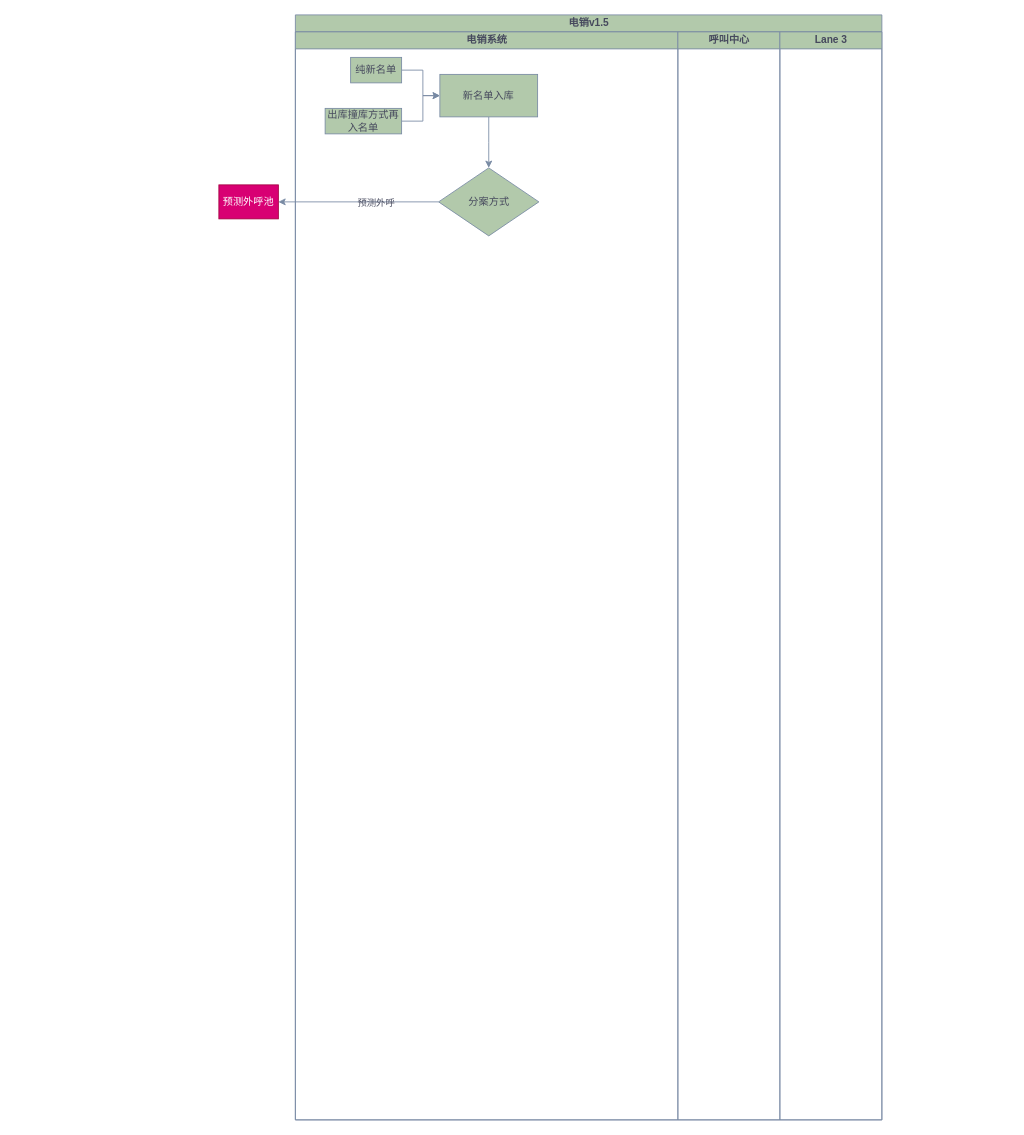
Before: 电销v1.5泳道图.drawio in yuanlj-tea/picgo, a draw.io diagram. Source tidied: cells renumbered, new cells numbered last; positions are measured from the earlier drawing's top-left corner, leaving out a move shared by most shapes. Both pictures are drawn from the tidied source at 85%, with x=0, y=0 at pixel (218, 14).
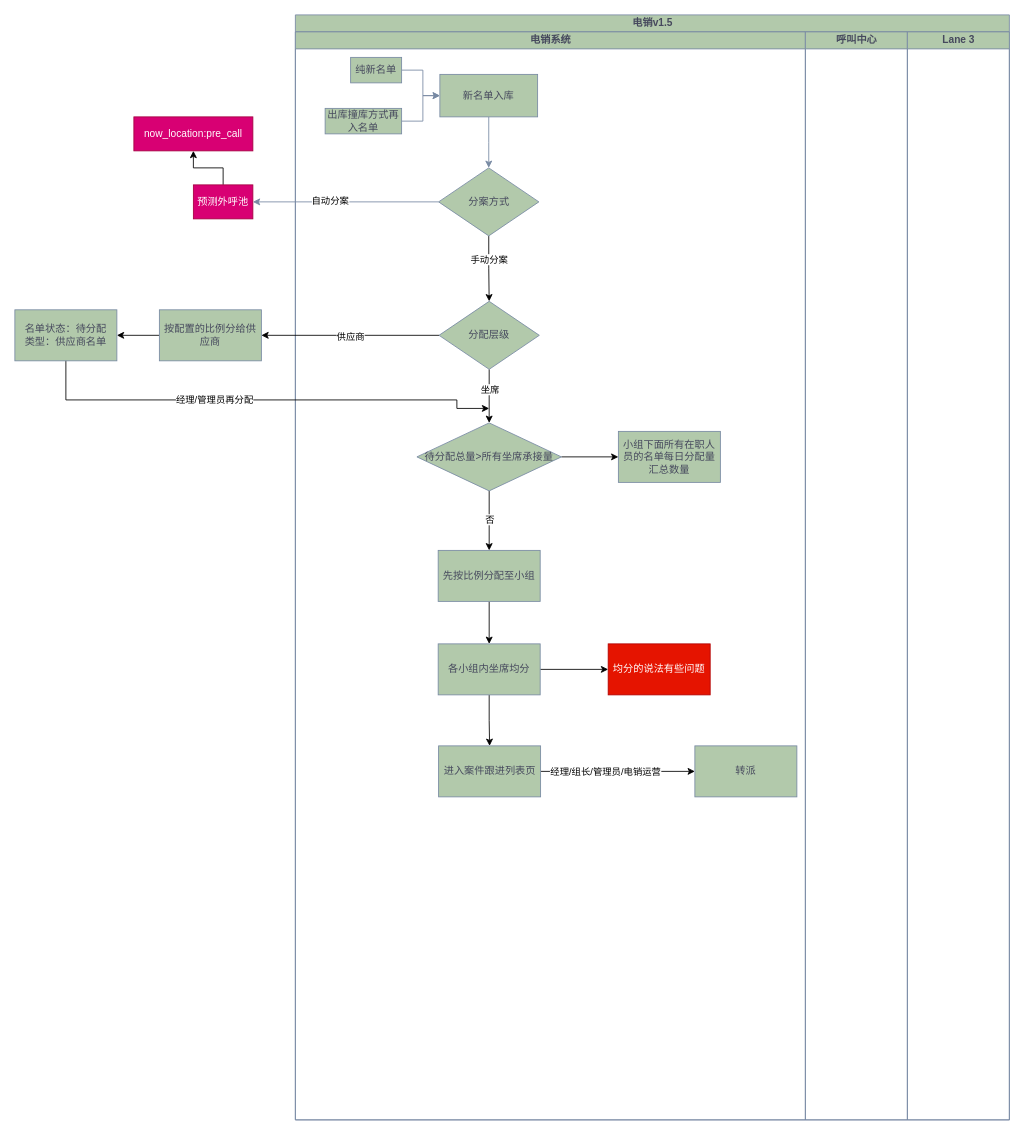
Above is the later version.

Commit message:
更新电销v1.5泳道图.drawio

Unchanged cells that the change refers to:
```xml
<mxCell id="10" value="分案方式" style="rhombus;whiteSpace=wrap;html=1;labelBackgroundColor=none;fillColor=#B2C9AB;strokeColor=#788AA3;fontColor=#46495D;" parent="3" vertex="1">
  <mxGeometry x="168.5" y="160" width="118" height="80" as="geometry" />
</mxCell>
<mxCell id="14" style="edgeStyle=orthogonalEdgeStyle;rounded=0;jettySize=auto;html=1;labelBackgroundColor=none;strokeColor=#788AA3;fontColor=default;" parent="1" edge="1" source="10" target="13">
  <mxGeometry relative="1" as="geometry" />
</mxCell>
```

What changed in the source:
```diff
@@
     <mxCell id="2" value="电销v1.5" style="swimlane;startSize=20;html=1;labelBackgroundColor=none;fillColor=#B2C9AB;strokeColor=#788AA3;fontColor=#46495D;" parent="1" vertex="1">
-      <mxGeometry x="90" width="690" height="1300" as="geometry" />
+      <mxGeometry x="90" width="840" height="1300" as="geometry" />
     </mxCell>
     <mxCell id="3" value="电销系统" style="swimlane;startSize=20;html=1;labelBackgroundColor=none;fillColor=#B2C9AB;strokeColor=#788AA3;fontColor=#46495D;" parent="2" vertex="1">
-      <mxGeometry y="20" width="450" height="1280" as="geometry" />
+      <mxGeometry y="20" width="600" height="1280" as="geometry" />
     </mxCell>
@@
+    <mxCell id="16" style="edgeStyle=orthogonalEdgeStyle;rounded=0;jettySize=auto;html=1;entryX=0.5;entryY=0;entryDx=0;entryDy=0;" parent="3" edge="1" source="10" target="20">
+      <mxGeometry relative="1" as="geometry">
+        <Array as="points">
+          <mxPoint x="228" y="278" />
+          <mxPoint x="228" y="320" />
+        </Array>
+      </mxGeometry>
+    </mxCell>
+    <mxCell id="17" value="手动分案" style="edgeLabel;html=1;align=center;verticalAlign=middle;" parent="16" vertex="1">
+      <mxGeometry x="-0.31" relative="1" as="geometry" />
+    </mxCell>
@@
+    <mxCell id="18" style="edgeStyle=orthogonalEdgeStyle;rounded=0;jettySize=auto;html=1;entryX=0.5;entryY=0;entryDx=0;entryDy=0;" parent="3" edge="1" source="20" target="24">
+      <mxGeometry relative="1" as="geometry" />
+    </mxCell>
+    <mxCell id="19" value="坐席" style="edgeLabel;html=1;align=center;verticalAlign=middle;" parent="18" vertex="1">
+      <mxGeometry x="-0.14" relative="1" as="geometry">
+        <mxPoint y="-4" as="offset" />
+      </mxGeometry>
+    </mxCell>
+    <mxCell id="20" value="分配层级" style="rhombus;whiteSpace=wrap;html=1;labelBackgroundColor=none;fillColor=#B2C9AB;strokeColor=#788AA3;fontColor=#46495D;" parent="3" vertex="1">
+      <mxGeometry x="169" y="317" width="118" height="80" as="geometry" />
+    </mxCell>
+    <mxCell id="21" style="edgeStyle=orthogonalEdgeStyle;rounded=0;jettySize=auto;html=1;" parent="3" edge="1" source="24" target="26">
+      <mxGeometry relative="1" as="geometry" />
+    </mxCell>
+    <mxCell id="22" value="否" style="edgeLabel;html=1;align=center;verticalAlign=middle;" parent="21" vertex="1">
+      <mxGeometry x="-0.06" relative="1" as="geometry" />
+    </mxCell>
+    <mxCell id="23" style="edgeStyle=orthogonalEdgeStyle;rounded=0;jettySize=auto;html=1;" parent="3" edge="1" source="24" target="27">
+      <mxGeometry relative="1" as="geometry" />
+    </mxCell>
+    <mxCell id="24" value="待分配总量&amp;gt;所有坐席承接量" style="rhombus;whiteSpace=wrap;html=1;labelBackgroundColor=none;fillColor=#B2C9AB;strokeColor=#788AA3;fontColor=#46495D;" parent="3" vertex="1">
+      <mxGeometry x="143" y="460" width="170" height="80" as="geometry" />
+    </mxCell>
+    <mxCell id="25" style="edgeStyle=orthogonalEdgeStyle;rounded=0;jettySize=auto;html=1;" parent="3" edge="1" source="26" target="30">
+      <mxGeometry relative="1" as="geometry" />
+    </mxCell>
+    <mxCell id="26" value="先按比例分配至小组" style="whiteSpace=wrap;html=1;fillColor=#B2C9AB;strokeColor=#788AA3;fontColor=#46495D;labelBackgroundColor=none;" parent="3" vertex="1">
+      <mxGeometry x="168" y="610" width="120" height="60" as="geometry" />
+    </mxCell>
+    <mxCell id="27" value="小组下面所有在职人员的名单每日分配量汇总数量" style="whiteSpace=wrap;html=1;fillColor=#B2C9AB;strokeColor=#788AA3;fontColor=#46495D;labelBackgroundColor=none;" parent="3" vertex="1">
+      <mxGeometry x="380" y="470" width="120" height="60" as="geometry" />
+    </mxCell>
+    <mxCell id="28" style="edgeStyle=orthogonalEdgeStyle;rounded=0;jettySize=auto;html=1;" parent="3" edge="1" source="30" target="31">
+      <mxGeometry relative="1" as="geometry" />
+    </mxCell>
+    <mxCell id="29" style="edgeStyle=orthogonalEdgeStyle;rounded=0;jettySize=auto;html=1;" parent="3" edge="1" source="30" target="34">
+      <mxGeometry relative="1" as="geometry" />
+    </mxCell>
+    <mxCell id="30" value="各小组内坐席均分" style="whiteSpace=wrap;html=1;fillColor=#B2C9AB;strokeColor=#788AA3;fontColor=#46495D;labelBackgroundColor=none;" parent="3" vertex="1">
+      <mxGeometry x="168" y="720" width="120" height="60" as="geometry" />
+    </mxCell>
+    <mxCell id="31" value="均分的说法有些问题" style="whiteSpace=wrap;html=1;fillColor=#e51400;strokeColor=#B20000;fontColor=#ffffff;labelBackgroundColor=none;" parent="3" vertex="1">
+      <mxGeometry x="368" y="720" width="120" height="60" as="geometry" />
+    </mxCell>
+    <mxCell id="32" style="edgeStyle=orthogonalEdgeStyle;rounded=0;jettySize=auto;html=1;" parent="3" edge="1" source="34" target="37">
+      <mxGeometry relative="1" as="geometry" />
+    </mxCell>
+    <mxCell id="33" value="经理/组长/管理员/电销运营" style="edgeLabel;html=1;align=center;verticalAlign=middle;" parent="32" vertex="1">
+      <mxGeometry x="-0.16" relative="1" as="geometry" />
+    </mxCell>
+    <mxCell id="34" value="进入案件跟进列表页" style="whiteSpace=wrap;html=1;fillColor=#B2C9AB;strokeColor=#788AA3;fontColor=#46495D;labelBackgroundColor=none;" parent="3" vertex="1">
+      <mxGeometry x="168.5" y="840" width="120" height="60" as="geometry" />
+    </mxCell>
+    <mxCell id="35" style="edgeStyle=orthogonalEdgeStyle;rounded=0;orthogonalLoop=1;jettySize=auto;html=1;" parent="3" edge="1">
+      <mxGeometry relative="1" as="geometry">
+        <mxPoint x="-270" y="380" as="sourcePoint" />
+        <mxPoint x="228" y="443" as="targetPoint" />
+        <Array as="points">
+          <mxPoint x="-270" y="433" />
+          <mxPoint x="190" y="433" />
+          <mxPoint x="190" y="443" />
+        </Array>
+      </mxGeometry>
+    </mxCell>
+    <mxCell id="36" value="经理/管理员再分配" style="edgeLabel;html=1;align=center;verticalAlign=middle;" parent="35" vertex="1">
+      <mxGeometry x="-0.19" y="1" relative="1" as="geometry" />
+    </mxCell>
+    <mxCell id="37" value="转派" style="whiteSpace=wrap;html=1;fillColor=#B2C9AB;strokeColor=#788AA3;fontColor=#46495D;labelBackgroundColor=none;" parent="3" vertex="1">
+      <mxGeometry x="470" y="840" width="120" height="60" as="geometry" />
+    </mxCell>
     <mxCell id="11" value="呼叫中心" style="swimlane;startSize=20;html=1;labelBackgroundColor=none;fillColor=#B2C9AB;strokeColor=#788AA3;fontColor=#46495D;" parent="2" vertex="1">
-      <mxGeometry x="450" y="20" width="120" height="1280" as="geometry" />
+      <mxGeometry x="600" y="20" width="120" height="1280" as="geometry" />
     </mxCell>
     <mxCell id="12" value="Lane 3" style="swimlane;startSize=20;html=1;labelBackgroundColor=none;fillColor=#B2C9AB;strokeColor=#788AA3;fontColor=#46495D;" parent="2" vertex="1">
-      <mxGeometry x="570" y="20" width="120" height="1280" as="geometry" />
+      <mxGeometry x="720" y="20" width="120" height="1280" as="geometry" />
     </mxCell>
+    <mxCell id="38" style="edgeStyle=orthogonalEdgeStyle;rounded=0;jettySize=auto;html=1;" parent="1" edge="1" source="13" target="40">
+      <mxGeometry relative="1" as="geometry" />
+    </mxCell>
     <mxCell id="13" value="预测外呼池" style="whiteSpace=wrap;html=1;fillColor=#d80073;strokeColor=#A50040;labelBackgroundColor=none;fontColor=#ffffff;" parent="1" vertex="1">
-      <mxGeometry y="200" width="70" height="40" as="geometry" />
+      <mxGeometry x="-30" y="200" width="70" height="40" as="geometry" />
     </mxCell>
@@
-    <mxCell id="15" value="预测外呼" style="edgeLabel;html=1;align=center;verticalAlign=middle;labelBackgroundColor=none;fontColor=#46495D;" parent="14" vertex="1">
-      <mxGeometry x="-0.22" relative="1" as="geometry" />
-    </mxCell>
+    <mxCell id="39" value="自动分案" style="edgeLabel;html=1;align=center;verticalAlign=middle;" parent="14" vertex="1">
+      <mxGeometry x="0.17" y="-2" relative="1" as="geometry" />
+    </mxCell>
+    <mxCell id="40" value="now_location:pre_call" style="html=1;fillColor=#d80073;strokeColor=#A50040;labelBackgroundColor=none;fontColor=#ffffff;whiteSpace=wrap;" parent="1" vertex="1">
+      <mxGeometry x="-100" y="120" width="140" height="40" as="geometry" />
+    </mxCell>
+    <mxCell id="41" style="edgeStyle=orthogonalEdgeStyle;rounded=0;jettySize=auto;html=1;entryX=1;entryY=0.5;entryDx=0;entryDy=0;" parent="1" edge="1" source="42" target="45">
+      <mxGeometry relative="1" as="geometry" />
+    </mxCell>
+    <mxCell id="42" value="按配置的比例分给供应商" style="whiteSpace=wrap;html=1;fillColor=#B2C9AB;strokeColor=#788AA3;fontColor=#46495D;labelBackgroundColor=none;" parent="1" vertex="1">
+      <mxGeometry x="-70" y="347" width="120" height="60" as="geometry" />
+    </mxCell>
+    <mxCell id="43" style="edgeStyle=orthogonalEdgeStyle;rounded=0;jettySize=auto;html=1;" parent="1" edge="1" source="20" target="42">
+      <mxGeometry relative="1" as="geometry" />
+    </mxCell>
+    <mxCell id="44" value="供应商" style="edgeLabel;html=1;align=center;verticalAlign=middle;" parent="43" vertex="1">
+      <mxGeometry y="1" relative="1" as="geometry" />
+    </mxCell>
+    <mxCell id="45" value="名单状态：待分配&lt;br&gt;类型：供应商名单" style="whiteSpace=wrap;html=1;fillColor=#B2C9AB;strokeColor=#788AA3;fontColor=#46495D;labelBackgroundColor=none;" parent="1" vertex="1">
+      <mxGeometry x="-240" y="347" width="120" height="60" as="geometry" />
+    </mxCell>
```
